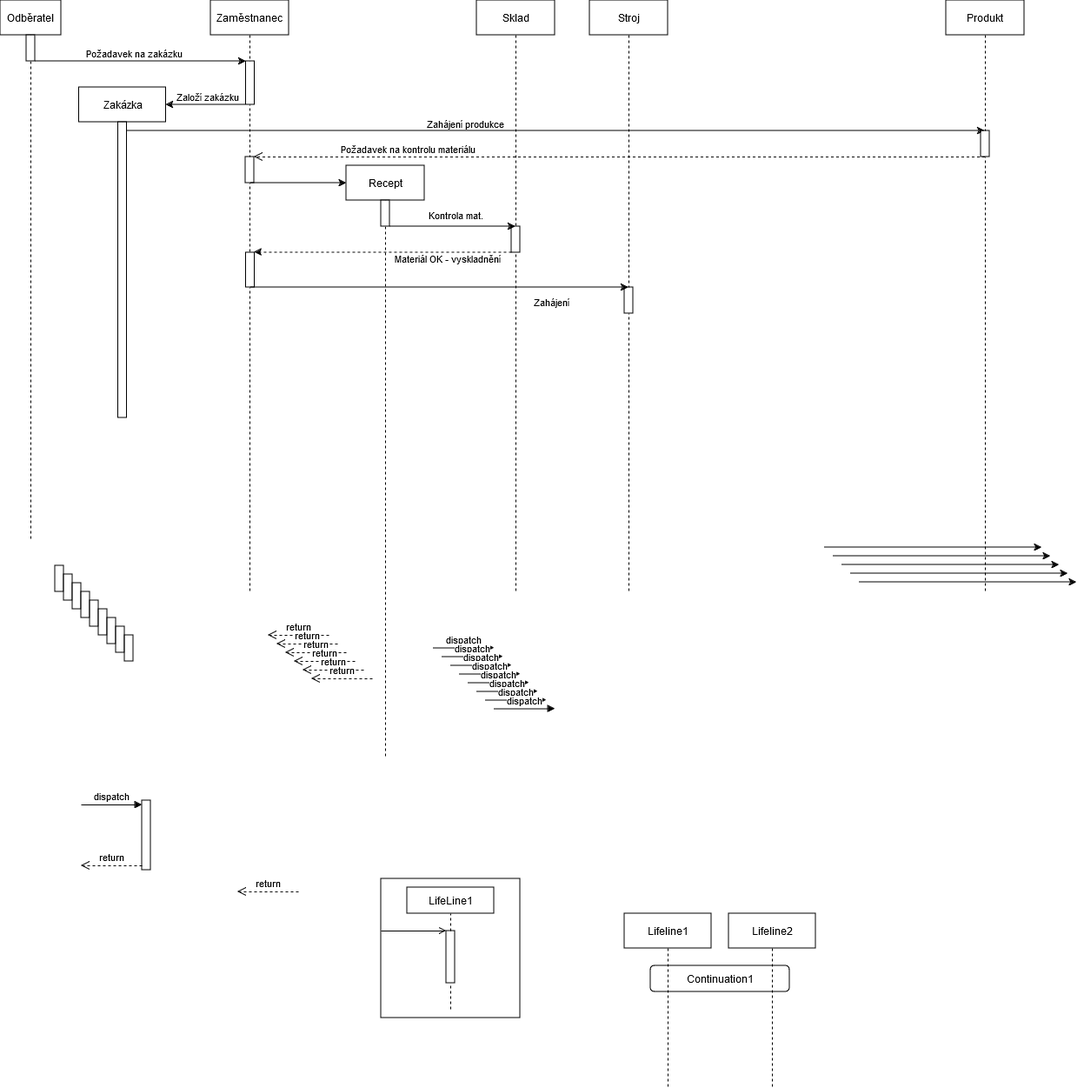
The draw.io diagram SW_ING/Kosmeticka_tuzka_sekvencni_diagram.png in KarelMasa/pg, before a commit. Source tidied: cells renumbered, new cells last; positions are measured from the earlier drawing's top-left corner, leaving out a move shared by most shapes.
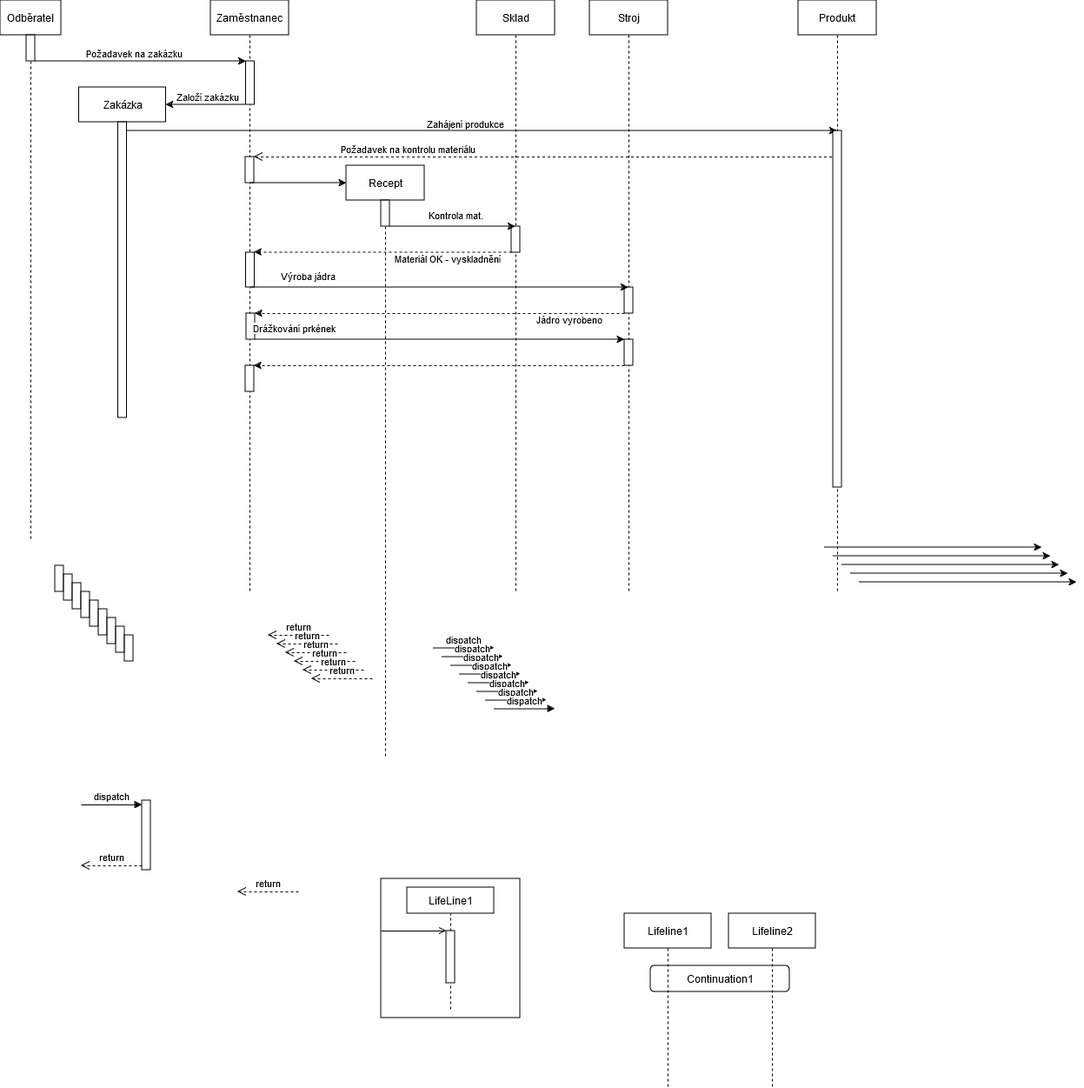
The same diagram one commit later.

Diff of the diagram source:
```diff
@@ -2,6 +2,11 @@
   <root>
     <mxCell id="0" />
     <mxCell id="1" parent="0" />
+    <mxCell id="63" style="html=1;verticalAlign=bottom;endArrow=open;dashed=1;endSize=8;curved=0;rounded=0;" parent="1" edge="1" source="53">
+      <mxGeometry relative="1" as="geometry">
+        <mxPoint x="292" y="180" as="targetPoint" />
+      </mxGeometry>
+    </mxCell>
     <mxCell id="2" style="html=1;points=[[0,0,0,0,5],[0,1,0,0,-5],[1,0,0,0,5],[1,1,0,0,-5]];perimeter=orthogonalPerimeter;outlineConnect=0;targetShapes=umlLifeline;portConstraint=eastwest;newEdgeStyle={&quot;curved&quot;:0,&quot;rounded&quot;:0};" parent="1" vertex="1">
       <mxGeometry x="163" y="920" width="10" height="80" as="geometry" />
     </mxCell>
@@ -33,6 +38,12 @@
     <mxCell id="10" style="html=1;perimeter=orthogonalPerimeter;targetShapes=umlLifeline;newEdgeStyle={&quot;curved&quot;:0,&quot;rounded&quot;:0};" parent="7" vertex="1">
       <mxGeometry x="40.5" y="290" width="10" height="40" as="geometry" />
     </mxCell>
+    <mxCell id="74" style="html=1;points=[[0,0,0,0,5],[0,1,0,0,-5],[1,0,0,0,5],[1,1,0,0,-5]];perimeter=orthogonalPerimeter;outlineConnect=0;targetShapes=umlLifeline;portConstraint=eastwest;newEdgeStyle={&quot;curved&quot;:0,&quot;rounded&quot;:0};" parent="7" vertex="1">
+      <mxGeometry x="41" y="360" width="10" height="30" as="geometry" />
+    </mxCell>
+    <mxCell id="75" style="html=1;points=[[0,0,0,0,5],[0,1,0,0,-5],[1,0,0,0,5],[1,1,0,0,-5]];perimeter=orthogonalPerimeter;outlineConnect=0;targetShapes=umlLifeline;portConstraint=eastwest;newEdgeStyle={&quot;curved&quot;:0,&quot;rounded&quot;:0};" parent="7" vertex="1">
+      <mxGeometry x="40" y="420" width="10" height="30" as="geometry" />
+    </mxCell>
     <mxCell id="11" value="Continuation1" style="rounded=1;dashed=0;whiteSpace=wrap;html=1;" parent="1" vertex="1">
       <mxGeometry x="748" y="1110" width="160" height="30" as="geometry" />
     </mxCell>
@@ -232,10 +243,10 @@
       </mxGeometry>
     </mxCell>
     <mxCell id="53" value="Produkt" style="shape=umlLifeline;perimeter=lifelinePerimeter;whiteSpace=wrap;html=1;outlineConnect=0;portConstraint=eastwest;newEdgeStyle={&quot;edgeStyle&quot;:&quot;elbowEdgeStyle&quot;,&quot;elbow&quot;:&quot;vertical&quot;,&quot;curved&quot;:0,&quot;rounded&quot;:0};" parent="1" vertex="1">
-      <mxGeometry x="1088" width="90" height="680" as="geometry" />
+      <mxGeometry x="918" width="90" height="680" as="geometry" />
     </mxCell>
     <mxCell id="54" style="html=1;perimeter=orthogonalPerimeter;targetShapes=umlLifeline;newEdgeStyle={&quot;curved&quot;:0,&quot;rounded&quot;:0};" parent="53" vertex="1">
-      <mxGeometry x="40" y="150" width="10" height="30" as="geometry" />
+      <mxGeometry x="40" y="150" width="10" height="410" as="geometry" />
     </mxCell>
     <mxCell id="55" value="Požadavek na kontrolu materiálu" style="edgeLabel;html=1;align=center;verticalAlign=middle;" parent="1" vertex="1">
       <mxGeometry x="468" y="170" as="geometry" />
@@ -291,11 +302,6 @@
     <mxCell id="62" style="html=1;perimeter=orthogonalPerimeter;targetShapes=umlLifeline;newEdgeStyle={&quot;curved&quot;:0,&quot;rounded&quot;:0};" parent="61" vertex="1">
       <mxGeometry x="45" y="40" width="10" height="340" as="geometry" />
     </mxCell>
-    <mxCell id="63" style="html=1;verticalAlign=bottom;endArrow=open;dashed=1;endSize=8;curved=0;rounded=0;" parent="1" edge="1" source="53">
-      <mxGeometry relative="1" as="geometry">
-        <mxPoint x="292" y="180" as="targetPoint" />
-      </mxGeometry>
-    </mxCell>
     <mxCell id="64" value="Recept" style="shape=umlLifeline;perimeter=lifelinePerimeter;whiteSpace=wrap;html=1;newEdgeStyle={&quot;edgeStyle&quot;:&quot;elbowEdgeStyle&quot;,&quot;elbow&quot;:&quot;vertical&quot;,&quot;curved&quot;:0,&quot;rounded&quot;:0};" parent="1" vertex="1">
       <mxGeometry x="398" y="190" width="90" height="680" as="geometry" />
     </mxCell>
@@ -331,6 +337,9 @@
     <mxCell id="71" style="html=1;points=[[0,0,0,0,5],[0,1,0,0,-5],[1,0,0,0,5],[1,1,0,0,-5]];perimeter=orthogonalPerimeter;outlineConnect=0;targetShapes=umlLifeline;portConstraint=eastwest;newEdgeStyle={&quot;curved&quot;:0,&quot;rounded&quot;:0};" parent="70" vertex="1">
       <mxGeometry x="40" y="330" width="10" height="30" as="geometry" />
     </mxCell>
+    <mxCell id="76" style="html=1;points=[[0,0,0,0,5],[0,1,0,0,-5],[1,0,0,0,5],[1,1,0,0,-5]];perimeter=orthogonalPerimeter;outlineConnect=0;targetShapes=umlLifeline;portConstraint=eastwest;newEdgeStyle={&quot;curved&quot;:0,&quot;rounded&quot;:0};" parent="70" vertex="1">
+      <mxGeometry x="40" y="390" width="10" height="30" as="geometry" />
+    </mxCell>
     <mxCell id="72" style="edgeStyle=elbowEdgeStyle;rounded=0;jettySize=auto;html=1;elbow=vertical;" parent="1" edge="1" target="70">
       <mxGeometry relative="1" as="geometry">
         <mxPoint x="288" y="330" as="sourcePoint" />
@@ -339,10 +348,41 @@
         </Array>
       </mxGeometry>
     </mxCell>
-    <mxCell id="73" value="Zahájení" style="edgeLabel;html=1;align=center;verticalAlign=middle;" parent="1" vertex="1">
-      <mxGeometry x="628" y="340" as="geometry">
+    <mxCell id="73" value="Výroba jádra" style="edgeLabel;html=1;align=center;verticalAlign=middle;" parent="1" vertex="1">
+      <mxGeometry x="348" y="310" as="geometry">
         <mxPoint x="5" y="6" as="offset" />
       </mxGeometry>
     </mxCell>
+    <mxCell id="77" style="edgeStyle=elbowEdgeStyle;rounded=0;jettySize=auto;html=1;elbow=vertical;dashed=1;" parent="1" edge="1" source="71" target="74">
+      <mxGeometry relative="1" as="geometry">
+        <Array as="points">
+          <mxPoint x="506" y="360" />
+        </Array>
+      </mxGeometry>
+    </mxCell>
+    <mxCell id="78" value="Jádro vyrobeno" style="edgeLabel;html=1;align=center;verticalAlign=middle;" parent="1" vertex="1">
+      <mxGeometry x="648" y="360" as="geometry">
+        <mxPoint x="5" y="6" as="offset" />
+      </mxGeometry>
+    </mxCell>
+    <mxCell id="79" style="edgeStyle=elbowEdgeStyle;rounded=0;jettySize=auto;html=1;elbow=vertical;" parent="1" edge="1" source="74" target="76">
+      <mxGeometry relative="1" as="geometry">
+        <Array as="points">
+          <mxPoint x="518" y="390" />
+        </Array>
+      </mxGeometry>
+    </mxCell>
+    <mxCell id="80" value="Drážkování prkének" style="edgeLabel;html=1;align=center;verticalAlign=middle;" parent="1" vertex="1">
+      <mxGeometry x="332" y="370" as="geometry">
+        <mxPoint x="5" y="6" as="offset" />
+      </mxGeometry>
+    </mxCell>
+    <mxCell id="81" style="edgeStyle=elbowEdgeStyle;rounded=0;jettySize=auto;html=1;elbow=vertical;dashed=1;" parent="1" edge="1" source="76" target="75">
+      <mxGeometry relative="1" as="geometry">
+        <Array as="points">
+          <mxPoint x="505" y="420" />
+        </Array>
+      </mxGeometry>
+    </mxCell>
   </root>
 </mxGraphModel>
```
